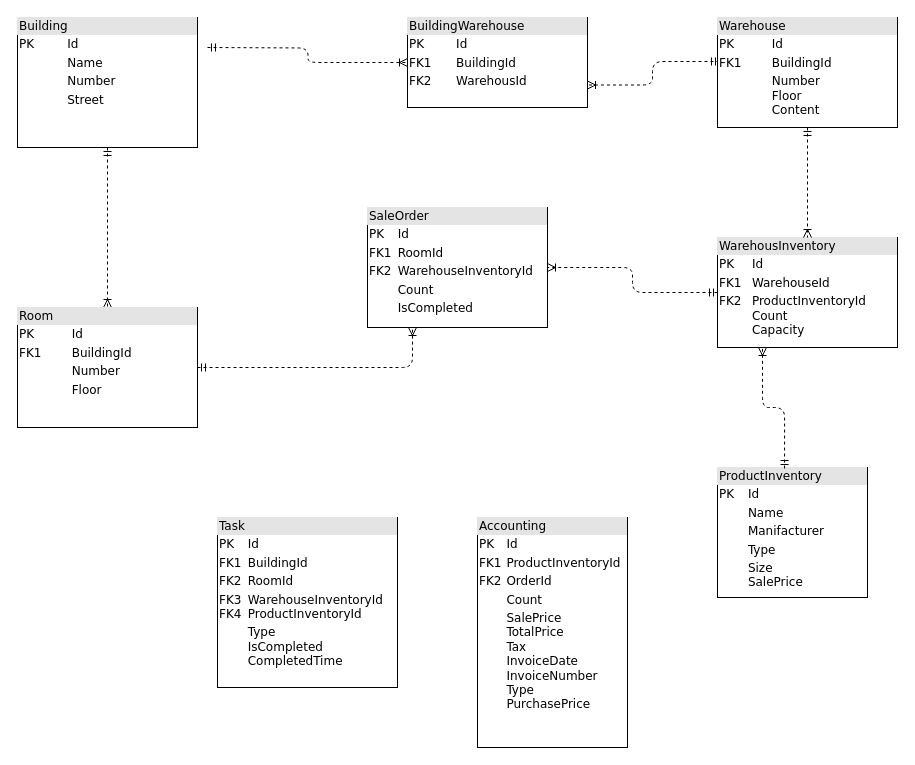
Before: er-diagram.drawio in hasanbinboga/infera-test-case, a draw.io diagram. Source tidied: cells renumbered, new cells numbered last; positions are measured from the earlier drawing's top-left corner, leaving out a move shared by most shapes. Both pictures are drawn from the tidied source at 100%, with x=0, y=0 at pixel (17, 17).
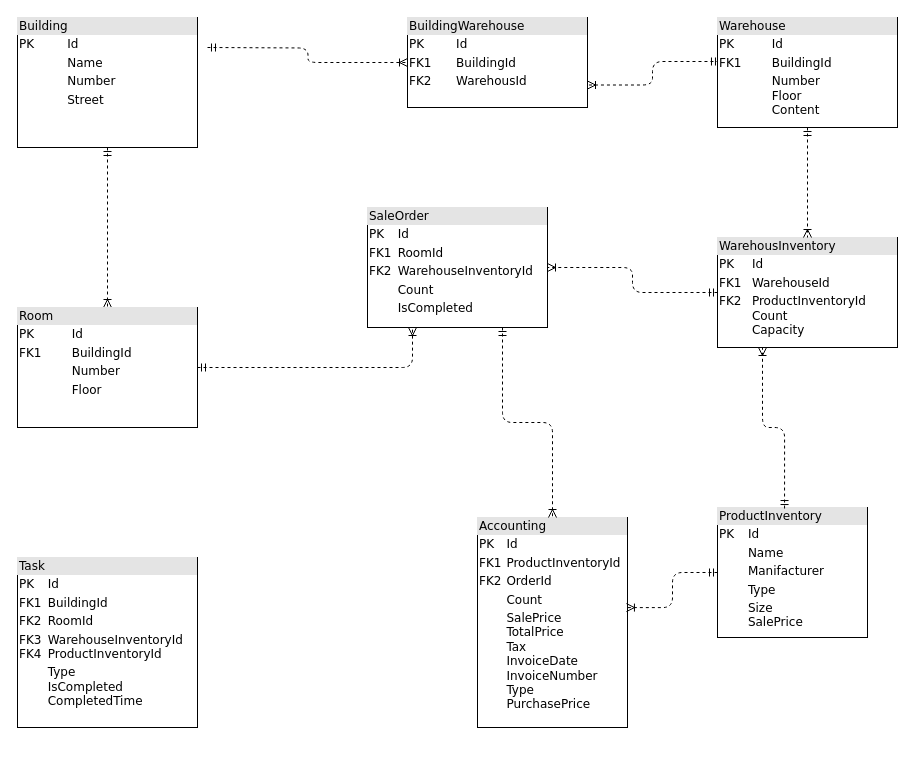
The same page after the edit.

The change refers to these unchanged cells:
```xml
<mxCell id="13" value="&lt;div style=&quot;box-sizing: border-box ; width: 100% ; background: #e4e4e4 ; padding: 2px&quot;&gt;SaleOrder&lt;/div&gt;&lt;table style=&quot;width: 100% ; font-size: 1em&quot; cellpadding=&quot;2&quot; cellspacing=&quot;0&quot;&gt;&lt;tbody&gt;&lt;tr&gt;&lt;td&gt;PK&lt;/td&gt;&lt;td&gt;Id&lt;/td&gt;&lt;/tr&gt;&lt;tr&gt;&lt;td&gt;FK1&lt;/td&gt;&lt;td&gt;RoomId&lt;/td&gt;&lt;/tr&gt;&lt;tr&gt;&lt;td&gt;FK2&lt;/td&gt;&lt;td&gt;WarehouseInventoryId&lt;/td&gt;&lt;/tr&gt;&lt;tr&gt;&lt;td&gt;&lt;br&gt;&lt;/td&gt;&lt;td&gt;Count&lt;/td&gt;&lt;/tr&gt;&lt;tr&gt;&lt;td&gt;&lt;br&gt;&lt;/td&gt;&lt;td&gt;IsCompleted&lt;/td&gt;&lt;/tr&gt;&lt;/tbody&gt;&lt;/table&gt;" style="verticalAlign=top;align=left;overflow=fill;html=1;rounded=0;shadow=0;comic=0;labelBackgroundColor=none;strokeWidth=1;fontFamily=Verdana;fontSize=12;" parent="1" vertex="1">
  <mxGeometry x="350" y="190" width="180" height="120" as="geometry" />
</mxCell>
```

The edit, as a diff of the source:
```diff
@@
     <mxCell id="6" value="&lt;div style=&quot;box-sizing: border-box ; width: 100% ; background: #e4e4e4 ; padding: 2px&quot;&gt;ProductInventory&lt;/div&gt;&lt;table style=&quot;width: 100% ; font-size: 1em&quot; cellpadding=&quot;2&quot; cellspacing=&quot;0&quot;&gt;&lt;tbody&gt;&lt;tr&gt;&lt;td&gt;PK&lt;/td&gt;&lt;td&gt;Id&lt;/td&gt;&lt;/tr&gt;&lt;tr&gt;&lt;td&gt;&lt;br&gt;&lt;/td&gt;&lt;td&gt;Name&lt;/td&gt;&lt;/tr&gt;&lt;tr&gt;&lt;td&gt;&lt;/td&gt;&lt;td&gt;Manifacturer&lt;/td&gt;&lt;/tr&gt;&lt;tr&gt;&lt;td&gt;&lt;br&gt;&lt;/td&gt;&lt;td&gt;Type&lt;/td&gt;&lt;/tr&gt;&lt;tr&gt;&lt;td&gt;&lt;br&gt;&lt;/td&gt;&lt;td&gt;Size&lt;br&gt;SalePrice&lt;/td&gt;&lt;/tr&gt;&lt;/tbody&gt;&lt;/table&gt;" style="verticalAlign=top;align=left;overflow=fill;html=1;rounded=0;shadow=0;comic=0;labelBackgroundColor=none;strokeWidth=1;fontFamily=Verdana;fontSize=12;" parent="1" vertex="1">
-      <mxGeometry x="700" y="450" width="150" height="130" as="geometry" />
+      <mxGeometry x="700" y="490" width="150" height="130" as="geometry" />
     </mxCell>
@@
     <mxCell id="14" value="&lt;div style=&quot;box-sizing: border-box ; width: 100% ; background: #e4e4e4 ; padding: 2px&quot;&gt;Task&lt;/div&gt;&lt;table style=&quot;width: 100% ; font-size: 1em&quot; cellpadding=&quot;2&quot; cellspacing=&quot;0&quot;&gt;&lt;tbody&gt;&lt;tr&gt;&lt;td&gt;PK&lt;/td&gt;&lt;td&gt;Id&lt;/td&gt;&lt;/tr&gt;&lt;tr&gt;&lt;td&gt;FK1&lt;/td&gt;&lt;td&gt;BuildingId&lt;/td&gt;&lt;/tr&gt;&lt;tr&gt;&lt;td&gt;FK2&lt;/td&gt;&lt;td&gt;RoomId&lt;br&gt;&lt;/td&gt;&lt;/tr&gt;&lt;tr&gt;&lt;td&gt;FK3&lt;br&gt;FK4&lt;/td&gt;&lt;td&gt;WarehouseInventoryId&lt;br&gt;ProductInventoryId&lt;/td&gt;&lt;/tr&gt;&lt;tr&gt;&lt;td&gt;&lt;br&gt;&lt;br&gt;&lt;/td&gt;&lt;td&gt;Type&lt;br&gt;IsCompleted&lt;br&gt;CompletedTime&lt;/td&gt;&lt;/tr&gt;&lt;/tbody&gt;&lt;/table&gt;" style="verticalAlign=top;align=left;overflow=fill;html=1;rounded=0;shadow=0;comic=0;labelBackgroundColor=none;strokeWidth=1;fontFamily=Verdana;fontSize=12;" parent="1" vertex="1">
-      <mxGeometry x="200" y="500" width="180" height="170" as="geometry" />
+      <mxGeometry y="540" width="180" height="170" as="geometry" />
     </mxCell>
@@
     <mxCell id="17" value="&lt;div style=&quot;box-sizing: border-box ; width: 100% ; background: #e4e4e4 ; padding: 2px&quot;&gt;Accounting&lt;/div&gt;&lt;table style=&quot;width: 100% ; font-size: 1em&quot; cellpadding=&quot;2&quot; cellspacing=&quot;0&quot;&gt;&lt;tbody&gt;&lt;tr&gt;&lt;td&gt;PK&lt;/td&gt;&lt;td&gt;Id&lt;/td&gt;&lt;/tr&gt;&lt;tr&gt;&lt;td&gt;FK1&lt;/td&gt;&lt;td&gt;ProductInventoryId&lt;/td&gt;&lt;/tr&gt;&lt;tr&gt;&lt;td&gt;FK2&lt;/td&gt;&lt;td&gt;OrderId&lt;/td&gt;&lt;/tr&gt;&lt;tr&gt;&lt;td&gt;&lt;br&gt;&lt;/td&gt;&lt;td&gt;Count&lt;/td&gt;&lt;/tr&gt;&lt;tr&gt;&lt;td&gt;&lt;br&gt;&lt;/td&gt;&lt;td&gt;SalePrice&lt;br&gt;TotalPrice&lt;br&gt;Tax&lt;br&gt;InvoiceDate&lt;br&gt;InvoiceNumber&lt;br&gt;Type&lt;br&gt;PurchasePrice&lt;br&gt;&lt;/td&gt;&lt;/tr&gt;&lt;/tbody&gt;&lt;/table&gt;" style="verticalAlign=top;align=left;overflow=fill;html=1;rounded=0;shadow=0;comic=0;labelBackgroundColor=none;strokeWidth=1;fontFamily=Verdana;fontSize=12;" parent="1" vertex="1">
-      <mxGeometry x="460" y="500" width="150" height="230" as="geometry" />
+      <mxGeometry x="460" y="500" width="150" height="210" as="geometry" />
     </mxCell>
+    <mxCell id="18" style="edgeStyle=orthogonalEdgeStyle;html=1;dashed=1;labelBackgroundColor=none;startArrow=ERmandOne;endArrow=ERoneToMany;fontFamily=Verdana;fontSize=12;align=left;exitX=0;exitY=0.5;exitDx=0;exitDy=0;entryX=0.993;entryY=0.429;entryDx=0;entryDy=0;entryPerimeter=0;" parent="1" edge="1" source="6" target="17">
+      <mxGeometry relative="1" as="geometry" />
+    </mxCell>
+    <mxCell id="19" style="edgeStyle=orthogonalEdgeStyle;html=1;dashed=1;labelBackgroundColor=none;startArrow=ERmandOne;endArrow=ERoneToMany;fontFamily=Verdana;fontSize=12;align=left;exitX=0.75;exitY=1;exitDx=0;exitDy=0;" parent="1" edge="1" source="13" target="17">
+      <mxGeometry relative="1" as="geometry" />
+    </mxCell>
```
